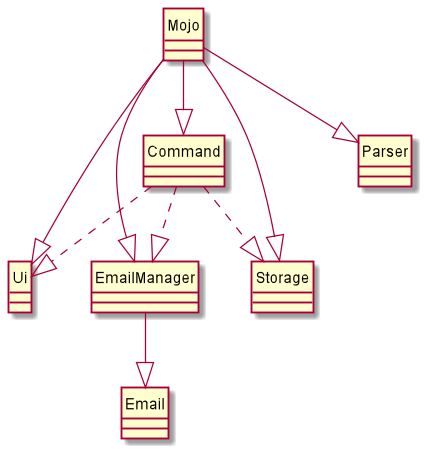
yanli1215/tp keeps this PlantUML diagram as docs/UML diagrams/OverviewClassDiagram.png. Above is the earlier version.
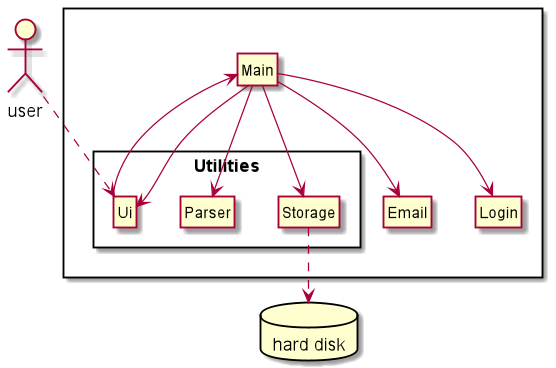
After the commit.

The edit, as a diff of the source:
```diff
@@ -1,25 +1,33 @@
 @startuml
 
 hide circle
+hide members
 skinparam classAttributeIconSize 0
 
-class Mojo
-class Ui
-class Parser
-class EmailManager
-class Command
-class Email
+allowmixing
+actor user
+database "hard disk"
 
-Mojo --|> EmailManager
-Mojo --|> Ui
-Mojo --|> Storage
-Mojo --|> Parser
-Mojo --|> Command
+Package " "<<Rectangle>>{
+    class Main
+    class Login
+    class Email
+    Package "Utilities"<<Rectangle>>{
+        class Parser
+        class Ui
+        class Storage
+    }
+}
 
-Command ..|> EmailManager
-Command ..|> Ui
-Command ..|> Storage
+user ..> Ui
+Ui --> Main
 
-EmailManager --|> Email
+Main --> Ui
+Main --> Login
+Main --> Email
+
+Main --> Storage
+Main --> Parser
+Storage ..> "hard disk"
 
 @enduml
```
